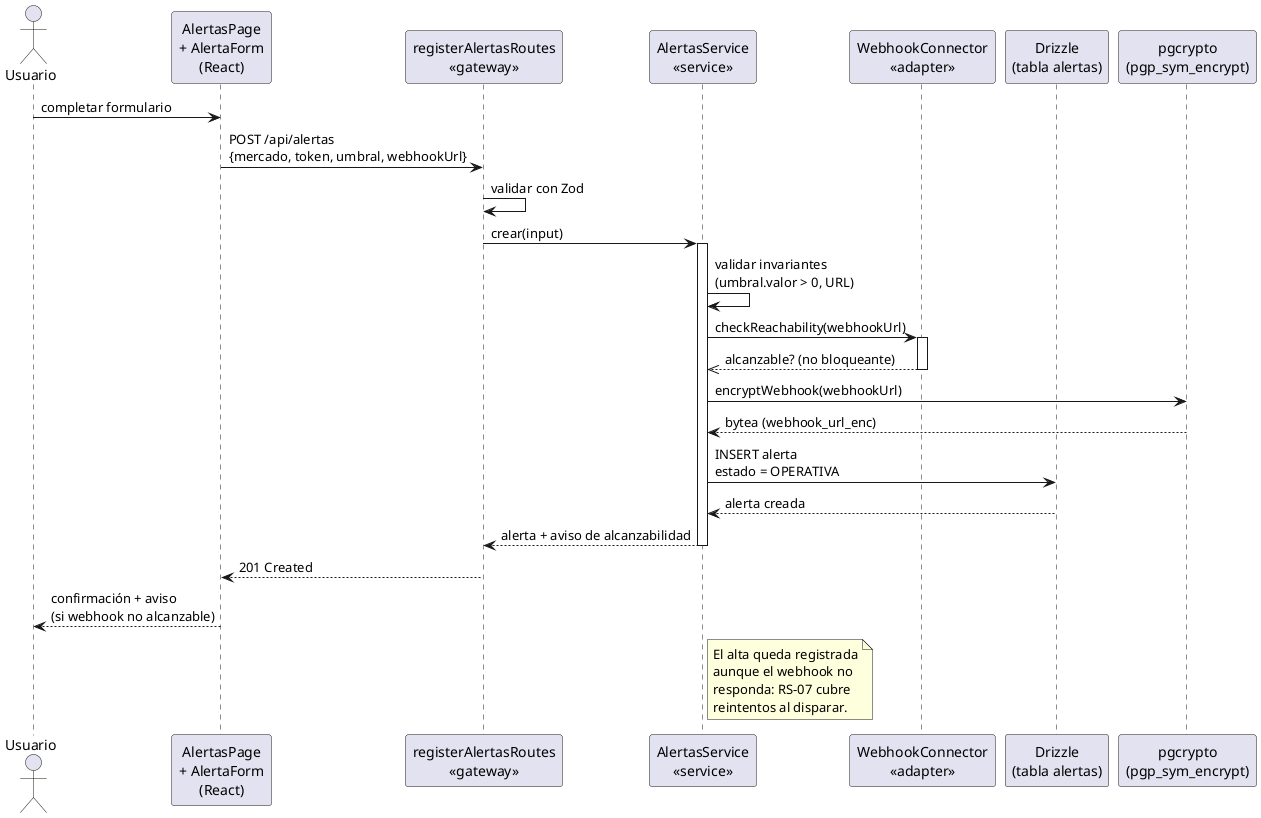
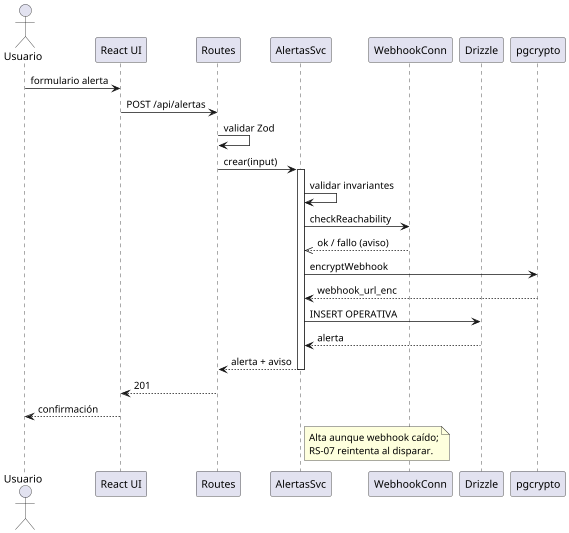
@startuml
+ scale 0.75
skinparam shadowing false
+ skinparam maxMessageSize 120

- actor "Usuario" as U
- participant "AlertasPage\n+ AlertaForm\n(React)" as VIEW
- participant "registerAlertasRoutes\n<<gateway>>" as CTRL
- participant "AlertasService\n<<service>>" as SVC
- participant "WebhookConnector\n<<adapter>>" as WHC
- participant "Drizzle\n(tabla alertas)" as DB
- participant "pgcrypto\n(pgp_sym_encrypt)" as CRY
+ actor Usuario as U
+ participant "React UI" as VIEW
+ participant "Routes" as CTRL
+ participant "AlertasSvc" as SVC
+ participant "WebhookConn" as WHC
+ participant "Drizzle" as DB
+ participant "pgcrypto" as CRY

- U -> VIEW : completar formulario
- VIEW -> CTRL : POST /api/alertas\n{mercado, token, umbral, webhookUrl}
- CTRL -> CTRL : validar con Zod
- 
+ U -> VIEW : formulario alerta
+ VIEW -> CTRL : POST /api/alertas
+ CTRL -> CTRL : validar Zod
CTRL -> SVC : crear(input)
activate SVC
- 
- SVC -> SVC : validar invariantes\n(umbral.valor > 0, URL)
- 
- SVC -> WHC : checkReachability(webhookUrl)
- activate WHC
- WHC -->> SVC : alcanzable? (no bloqueante)
- deactivate WHC
- 
- SVC -> CRY : encryptWebhook(webhookUrl)
- CRY --> SVC : bytea (webhook_url_enc)
- 
- SVC -> DB : INSERT alerta\nestado = OPERATIVA
- DB --> SVC : alerta creada
- 
- SVC --> CTRL : alerta + aviso de alcanzabilidad
+ SVC -> SVC : validar invariantes
+ SVC -> WHC : checkReachability
+ WHC -->> SVC : ok / fallo (aviso)
+ SVC -> CRY : encryptWebhook
+ CRY --> SVC : webhook_url_enc
+ SVC -> DB : INSERT OPERATIVA
+ DB --> SVC : alerta
+ SVC --> CTRL : alerta + aviso
deactivate SVC
- 
- CTRL --> VIEW : 201 Created
- VIEW --> U : confirmación + aviso\n(si webhook no alcanzable)
+ CTRL --> VIEW : 201
+ VIEW --> U : confirmación

note right of SVC
-   El alta queda registrada
-   aunque el webhook no
-   responda: RS-07 cubre
-   reintentos al disparar.
+   Alta aunque webhook caído;
+   RS-07 reintenta al disparar.
end note

@enduml
